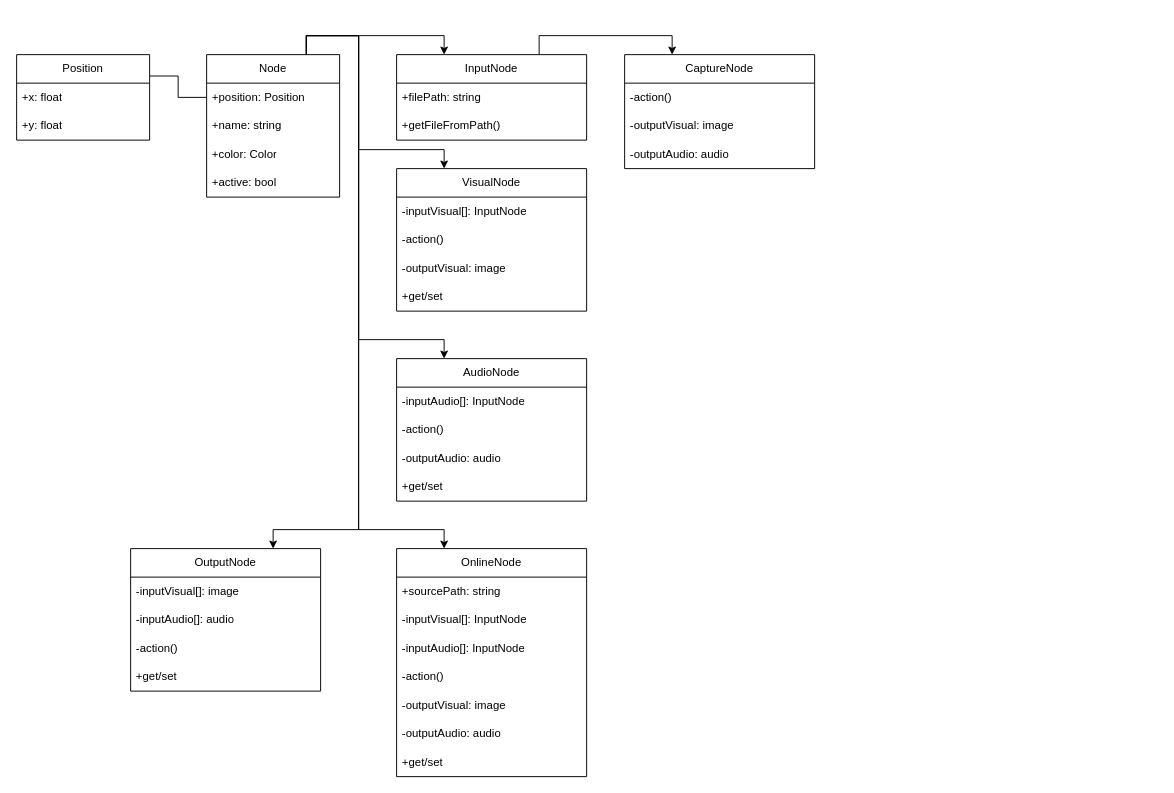
Before: Diagrams/Node - Class Diagram.drawio in EthernalAsh/Node, a draw.io diagram. Source tidied: cells renumbered, new cells numbered last; positions are measured from the earlier drawing's top-left corner, leaving out a move shared by most shapes. Both pictures are drawn from the tidied source at 95%, with x=0, y=0 at pixel (16, 35).
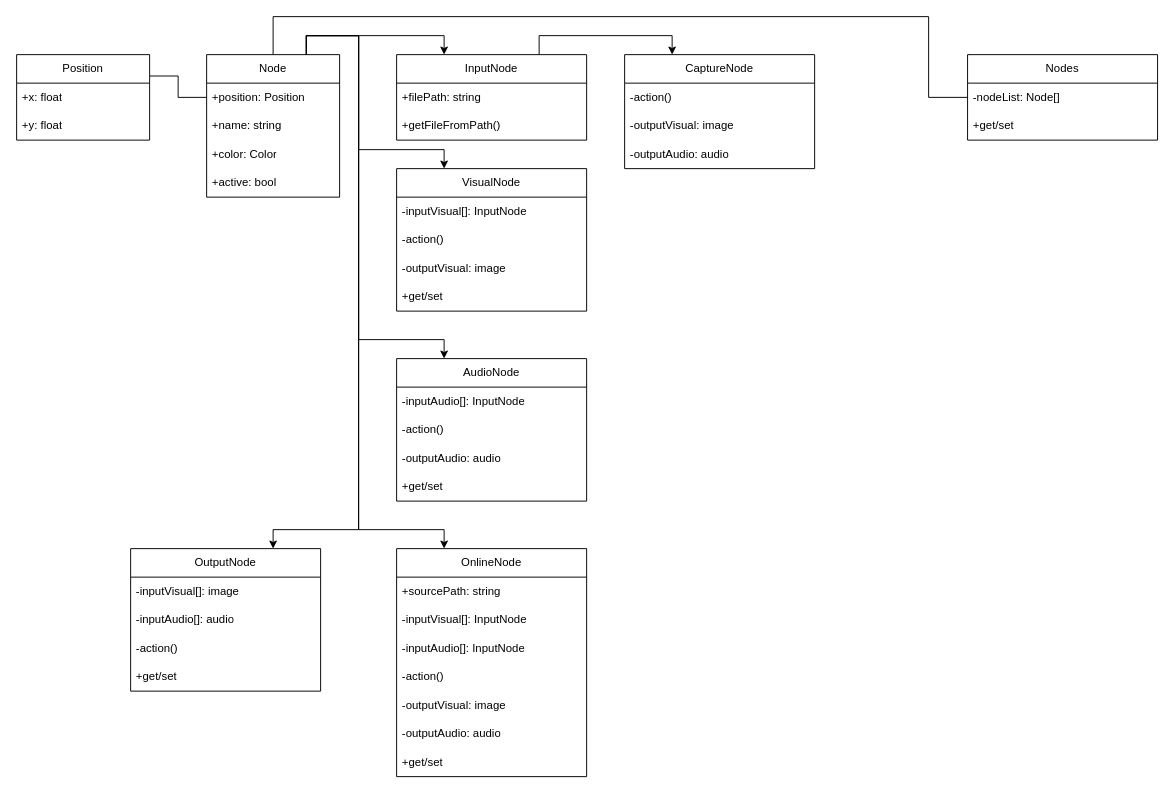
After the change.

The change refers to these unchanged cells:
```xml
<mxCell id="11" value="Node" style="swimlane;fontStyle=0;horizontal=1;startSize=30;whiteSpace=wrap;html=1;" parent="1" vertex="1">
  <mxGeometry x="200" y="20" width="140" height="150" as="geometry" />
</mxCell>
```

The edit, as a diff of the source:
```diff
@@
+    <mxCell id="47" style="edgeStyle=orthogonalEdgeStyle;rounded=0;jettySize=auto;html=1;exitX=0.5;exitY=0;exitDx=0;exitDy=0;entryX=0;entryY=0.5;entryDx=0;entryDy=0;endArrow=none;endFill=0;" parent="1" edge="1" source="11" target="49">
+      <mxGeometry relative="1" as="geometry">
+        <Array as="points">
+          <mxPoint x="270" y="-20" />
+          <mxPoint x="960" y="-20" />
+          <mxPoint x="960" y="65" />
+        </Array>
+      </mxGeometry>
+    </mxCell>
@@
+    <mxCell id="48" value="Nodes" style="swimlane;fontStyle=0;horizontal=1;startSize=30;whiteSpace=wrap;html=1;" parent="1" vertex="1">
+      <mxGeometry x="1001" y="20" width="200" height="90" as="geometry" />
+    </mxCell>
+    <mxCell id="49" value="-nodeList: Node[]" style="text;strokeColor=none;fillColor=none;align=left;verticalAlign=middle;spacingLeft=4;spacingRight=4;overflow=hidden;points=[[0,0.5],[1,0.5]];portConstraint=eastwest;whiteSpace=wrap;html=1;" parent="48" vertex="1">
+      <mxGeometry y="30" width="200" height="30" as="geometry" />
+    </mxCell>
+    <mxCell id="50" value="+get/set" style="text;strokeColor=none;fillColor=none;align=left;verticalAlign=middle;spacingLeft=4;spacingRight=4;overflow=hidden;whiteSpace=wrap;html=1;" parent="48" vertex="1">
+      <mxGeometry y="60" width="200" height="30" as="geometry" />
+    </mxCell>
```
